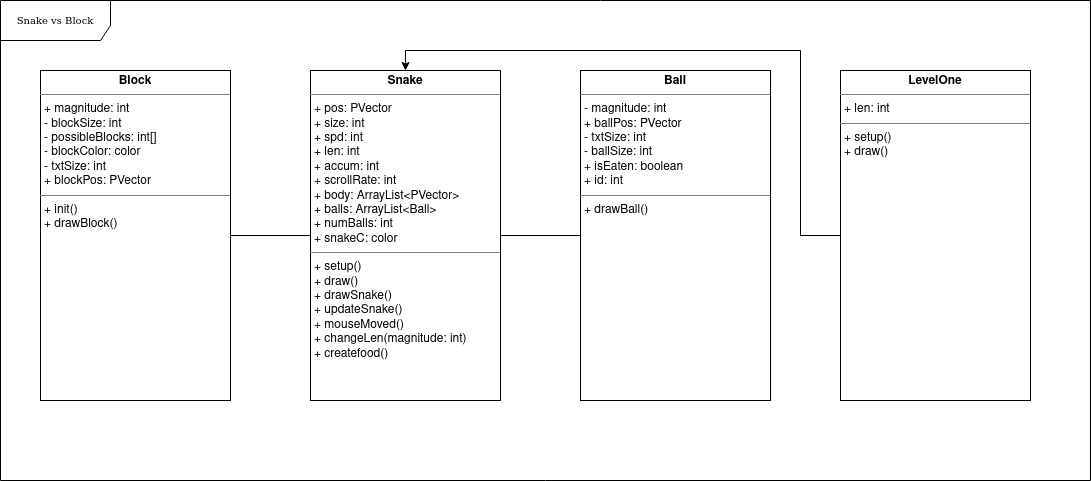
The draw.io diagram ouruml.png in madeline-lei/final_project, before a commit. Source tidied: cells renumbered, new cells last; positions are measured from the earlier drawing's top-left corner, leaving out a move shared by most shapes.
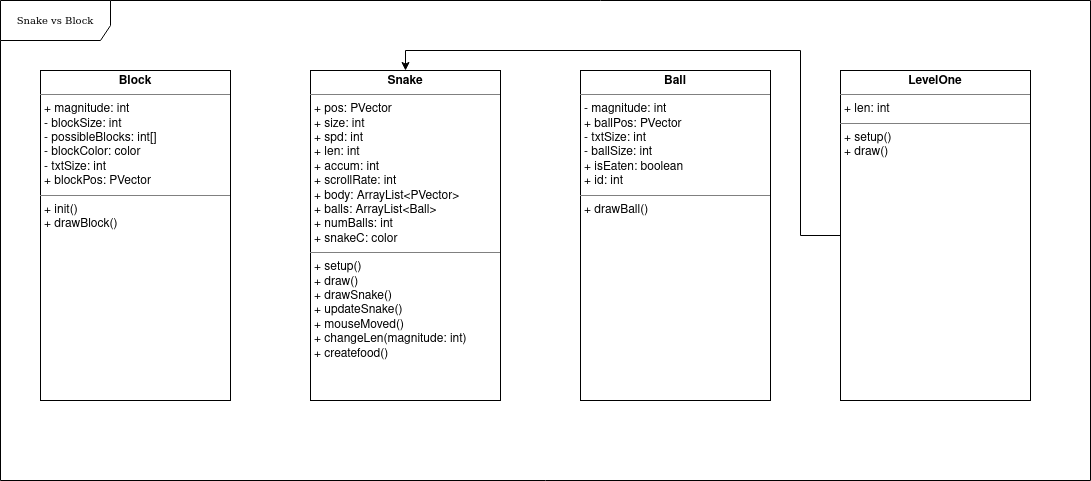
The same file after the commit.

Diff of the diagram source:
```diff
@@ -5,12 +5,6 @@
     <mxCell id="2" value="Snake vs Block" style="shape=umlFrame;whiteSpace=wrap;html=1;rounded=0;shadow=0;comic=0;labelBackgroundColor=none;strokeWidth=1;fontFamily=Verdana;fontSize=10;align=center;width=110;height=40;" parent="1" vertex="1">
       <mxGeometry width="1090" height="480" as="geometry" />
     </mxCell>
-    <mxCell id="3" style="edgeStyle=orthogonalEdgeStyle;rounded=0;jettySize=auto;html=1;endArrow=none;endFill=0;" parent="1" edge="1" source="5" target="7">
-      <mxGeometry relative="1" as="geometry" />
-    </mxCell>
-    <mxCell id="4" style="edgeStyle=orthogonalEdgeStyle;rounded=0;jettySize=auto;html=1;endArrow=none;endFill=0;" parent="1" edge="1" source="5" target="6">
-      <mxGeometry relative="1" as="geometry" />
-    </mxCell>
     <mxCell id="5" value="&lt;p style=&quot;margin:0px;margin-top:4px;text-align:center;&quot;&gt;&lt;b&gt;Snake&lt;/b&gt;&lt;/p&gt;&lt;hr size=&quot;1&quot;&gt;&lt;p style=&quot;margin:0px;margin-left:4px;&quot;&gt;+ pos: PVector&lt;/p&gt;&lt;p style=&quot;margin:0px;margin-left:4px;&quot;&gt;+ size: int&lt;/p&gt;&lt;p style=&quot;margin:0px;margin-left:4px;&quot;&gt;+ spd: int&lt;/p&gt;&lt;p style=&quot;margin:0px;margin-left:4px;&quot;&gt;+ len: int&lt;/p&gt;&lt;p style=&quot;margin:0px;margin-left:4px;&quot;&gt;+ accum: int&lt;/p&gt;&lt;p style=&quot;margin:0px;margin-left:4px;&quot;&gt;+ scrollRate: int&lt;/p&gt;&lt;p style=&quot;margin:0px;margin-left:4px;&quot;&gt;&lt;/p&gt;&lt;p style=&quot;margin:0px;margin-left:4px;&quot;&gt;+ body: ArrayList&amp;lt;PVector&amp;gt;&lt;/p&gt;&lt;p style=&quot;margin:0px;margin-left:4px;&quot;&gt;+ balls: ArrayList&amp;lt;Ball&amp;gt;&lt;/p&gt;&lt;p style=&quot;margin:0px;margin-left:4px;&quot;&gt;+ numBalls: int&lt;/p&gt;&lt;p style=&quot;margin:0px;margin-left:4px;&quot;&gt;+ snakeC: color&lt;/p&gt;&lt;hr size=&quot;1&quot;&gt;&lt;p style=&quot;margin:0px;margin-left:4px;&quot;&gt;+ setup()&lt;/p&gt;&lt;p style=&quot;margin:0px;margin-left:4px;&quot;&gt;+ draw()&lt;/p&gt;&lt;p style=&quot;margin:0px;margin-left:4px;&quot;&gt;+ drawSnake()&lt;/p&gt;&lt;p style=&quot;margin:0px;margin-left:4px;&quot;&gt;+ updateSnake()&lt;/p&gt;&lt;p style=&quot;margin:0px;margin-left:4px;&quot;&gt;+ mouseMoved()&lt;/p&gt;&lt;p style=&quot;margin:0px;margin-left:4px;&quot;&gt;+ changeLen(magnitude: int)&lt;/p&gt;&lt;p style=&quot;margin:0px;margin-left:4px;&quot;&gt;+ createfood()&lt;br&gt;&lt;/p&gt;&lt;p style=&quot;margin:0px;margin-left:4px;&quot;&gt;&lt;br&gt;&lt;/p&gt;" style="verticalAlign=top;align=left;overflow=fill;fontSize=12;fontFamily=Helvetica;html=1;rounded=0;shadow=0;comic=0;labelBackgroundColor=none;strokeWidth=1;" parent="1" vertex="1">
       <mxGeometry x="310" y="70" width="190" height="330" as="geometry" />
     </mxCell>
```
